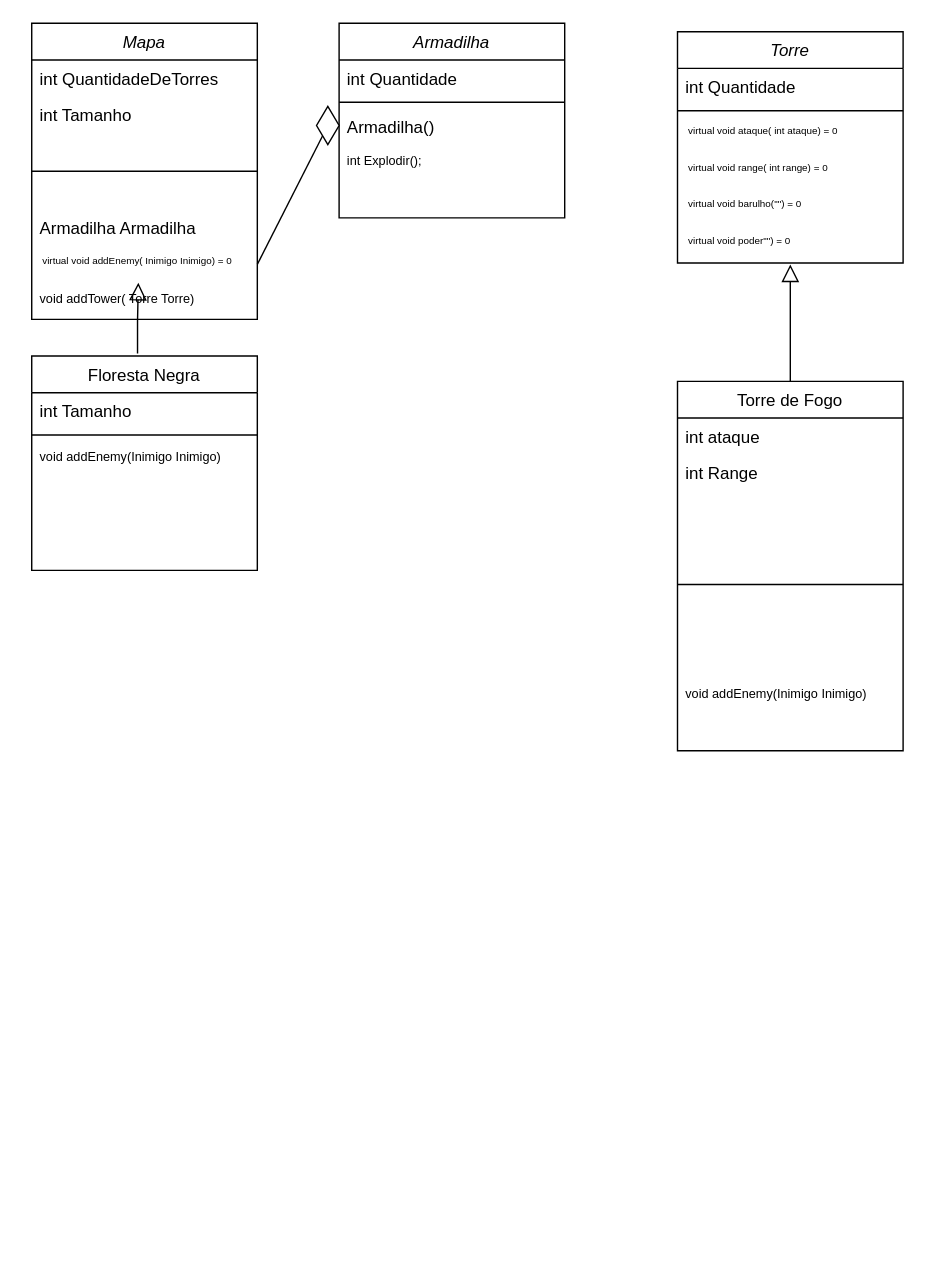
The draw.io diagram Diagrama sem nome.drawio in GabsRMartins/Trabalho-final-PDS2, before the edit. Source tidied: cells renumbered, new cells numbered last; positions are measured from the earlier drawing's top-left corner, leaving out a move shared by most shapes. Both pictures are drawn from the tidied source at 141%, with x=0, y=0 at pixel (31, 23).
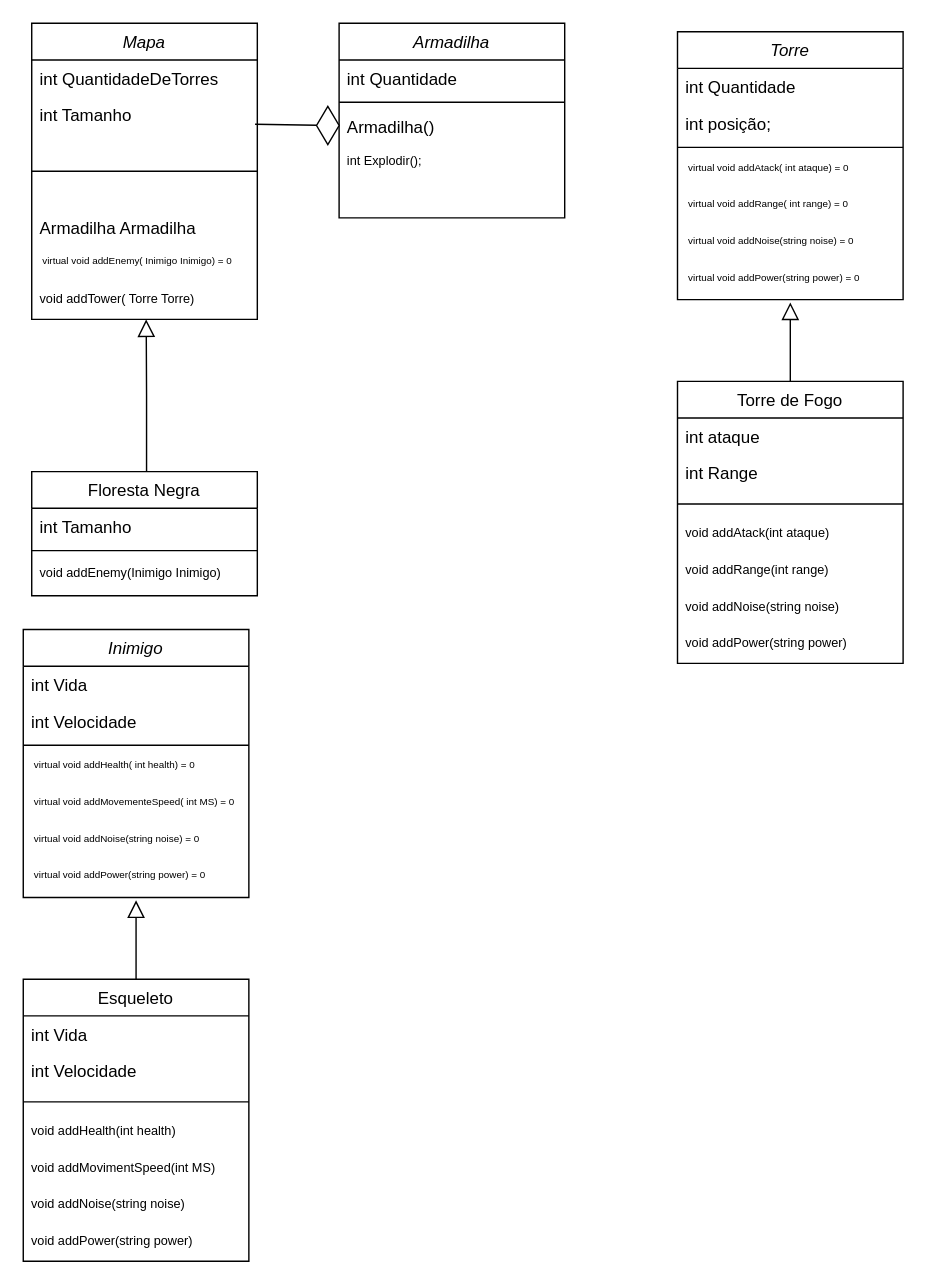
After the change.

Unchanged cells that the change refers to:
```xml
<mxCell id="4" value="int Tamanho" style="text;align=left;verticalAlign=top;spacingLeft=4;spacingRight=4;overflow=hidden;points=[[0,0.5],[1,0.5]];portConstraint=eastwest;" parent="2" vertex="1">
  <mxGeometry y="52" width="160" height="26" as="geometry" />
</mxCell>
<mxCell id="7" value=" virtual void addEnemy( Inimigo Inimigo) = 0" style="text;align=left;verticalAlign=top;spacingLeft=4;spacingRight=4;overflow=hidden;points=[[0,0.5],[1,0.5]];portConstraint=eastwest;fontSize=7;" parent="2" vertex="1">
  <mxGeometry y="158" width="160" height="26" as="geometry" />
</mxCell>
<mxCell id="20" style="rhombus;whiteSpace=wrap;html=1;" parent="1" vertex="1">
  <mxGeometry x="202" y="59" width="16" height="27" as="geometry" />
</mxCell>
```

Change to the diagram source:
```diff
@@
     <mxCell id="9" value="Floresta Negra" style="swimlane;fontStyle=0;align=center;verticalAlign=top;horizontal=1;startSize=26;rounded=0;shadow=0;strokeWidth=1;" parent="1" vertex="1">
-      <mxGeometry y="236" width="160" height="152" as="geometry" />
+      <mxGeometry y="318" width="160" height="88" as="geometry" />
     </mxCell>
@@
-    <mxCell id="13" style="endArrow=block;endSize=10;endFill=0;shadow=0;strokeWidth=1;rounded=0;curved=0;edgeStyle=elbowEdgeStyle;elbow=vertical;entryX=0.51;entryY=1.071;entryDx=0;entryDy=0;entryPerimeter=0;exitX=0.469;exitY=-0.012;exitDx=0;exitDy=0;exitPerimeter=0;" parent="1" edge="1" source="9">
+    <mxCell id="13" style="endArrow=block;endSize=10;endFill=0;shadow=0;strokeWidth=1;rounded=0;curved=0;edgeStyle=elbowEdgeStyle;elbow=vertical;exitX=0.509;exitY=-0.004;exitDx=0;exitDy=0;exitPerimeter=0;" parent="1" edge="1" source="9">
       <mxGeometry relative="1" as="geometry">
-        <mxPoint x="75.6" y="184" as="targetPoint" />
-        <Array as="points">
-          <mxPoint x="76" y="211" />
-        </Array>
+        <mxPoint x="81.2" y="210" as="targetPoint" />
       </mxGeometry>
     </mxCell>
-    <mxCell id="14" style="endArrow=none;html=1;rounded=0;exitX=1;exitY=0.5;exitDx=0;exitDy=0;" parent="1" edge="1" source="7" target="20">
+    <mxCell id="14" style="endArrow=none;html=1;rounded=0;exitX=0.99;exitY=0.756;exitDx=0;exitDy=0;exitPerimeter=0;" parent="1" edge="1" source="4" target="20">
       <mxGeometry relative="1" as="geometry" />
     </mxCell>
@@
     <mxCell id="21" value="Torre" style="swimlane;fontStyle=2;align=center;verticalAlign=top;horizontal=1;startSize=26;rounded=0;shadow=0;strokeWidth=1;" parent="1" vertex="1">
-      <mxGeometry x="458" y="6" width="160" height="164" as="geometry" />
+      <mxGeometry x="458" y="6" width="160" height="190" as="geometry" />
     </mxCell>
-    <mxCell id="22" value="int Quantidade" style="text;align=left;verticalAlign=top;spacingLeft=4;spacingRight=4;overflow=hidden;" parent="21" vertex="1">
+    <mxCell id="22" value="int Quantidade&#10;" style="text;align=left;verticalAlign=top;spacingLeft=4;spacingRight=4;overflow=hidden;" parent="21" vertex="1">
       <mxGeometry y="26" width="160" height="26" as="geometry" />
     </mxCell>
+    <mxCell id="34" value="int posição;&#10;" style="text;align=left;verticalAlign=top;spacingLeft=4;spacingRight=4;overflow=hidden;" parent="21" vertex="1">
+      <mxGeometry y="52" width="160" height="26" as="geometry" />
+    </mxCell>
     <mxCell id="23" style="line;html=1;strokeWidth=1;align=left;verticalAlign=middle;spacingTop=-1;spacingLeft=3;spacingRight=3;labelPosition=right;" parent="21" vertex="1">
-      <mxGeometry y="52" width="160" height="8" as="geometry" />
+      <mxGeometry y="78" width="160" height="8" as="geometry" />
     </mxCell>
-    <mxCell id="24" value=" virtual void ataque( int ataque) = 0" style="text;align=left;verticalAlign=top;spacingLeft=4;spacingRight=4;overflow=hidden;fontSize=7;" parent="21" vertex="1">
-      <mxGeometry y="60" width="160" height="26" as="geometry" />
+    <mxCell id="24" value=" virtual void addAtack( int ataque) = 0" style="text;align=left;verticalAlign=top;spacingLeft=4;spacingRight=4;overflow=hidden;fontSize=7;" parent="21" vertex="1">
+      <mxGeometry y="86" width="160" height="26" as="geometry" />
     </mxCell>
-    <mxCell id="25" value=" virtual void range( int range) = 0" style="text;align=left;verticalAlign=top;spacingLeft=4;spacingRight=4;overflow=hidden;fontSize=7;" parent="21" vertex="1">
-      <mxGeometry y="86" width="160" height="26" as="geometry" />
+    <mxCell id="25" value=" virtual void addRange( int range) = 0" style="text;align=left;verticalAlign=top;spacingLeft=4;spacingRight=4;overflow=hidden;fontSize=7;" parent="21" vertex="1">
+      <mxGeometry y="112" width="160" height="26" as="geometry" />
     </mxCell>
-    <mxCell id="26" value=" virtual void barulho(&quot;&quot;) = 0" style="text;align=left;verticalAlign=top;spacingLeft=4;spacingRight=4;overflow=hidden;fontSize=7;" parent="21" vertex="1">
-      <mxGeometry y="112" width="160" height="26" as="geometry" />
+    <mxCell id="26" value=" virtual void addNoise(string noise) = 0" style="text;align=left;verticalAlign=top;spacingLeft=4;spacingRight=4;overflow=hidden;fontSize=7;" parent="21" vertex="1">
+      <mxGeometry y="138" width="160" height="26" as="geometry" />
     </mxCell>
-    <mxCell id="27" value=" virtual void poder&quot;&quot;) = 0" style="text;align=left;verticalAlign=top;spacingLeft=4;spacingRight=4;overflow=hidden;fontSize=7;" parent="21" vertex="1">
-      <mxGeometry y="138" width="160" height="26" as="geometry" />
+    <mxCell id="27" value=" virtual void addPower(string power) = 0" style="text;align=left;verticalAlign=top;spacingLeft=4;spacingRight=4;overflow=hidden;fontSize=7;" parent="21" vertex="1">
+      <mxGeometry y="164" width="160" height="26" as="geometry" />
     </mxCell>
     <mxCell id="28" value="Torre de Fogo" style="swimlane;fontStyle=0;align=center;verticalAlign=top;horizontal=1;startSize=26;rounded=0;shadow=0;strokeWidth=1;" parent="1" vertex="1">
-      <mxGeometry x="458" y="254" width="160" height="262" as="geometry" />
+      <mxGeometry x="458" y="254" width="160" height="200" as="geometry" />
     </mxCell>
@@
     <mxCell id="31" style="line;html=1;strokeWidth=1;align=left;verticalAlign=middle;spacingTop=-1;spacingLeft=3;spacingRight=3;labelPosition=right;" parent="28" vertex="1">
-      <mxGeometry y="78" width="160" height="132" as="geometry" />
+      <mxGeometry y="78" width="160" height="18" as="geometry" />
     </mxCell>
-    <mxCell id="32" value="void addEnemy(Inimigo Inimigo)" style="text;align=left;verticalAlign=top;spacingLeft=4;spacingRight=4;overflow=hidden;fontSize=9;" parent="28" vertex="1">
-      <mxGeometry y="210" width="160" height="26" as="geometry" />
-    </mxCell>
+    <mxCell id="35" value="void addAtack(int ataque)" style="text;align=left;verticalAlign=top;spacingLeft=4;spacingRight=4;overflow=hidden;fontSize=9;" parent="28" vertex="1">
+      <mxGeometry y="96" width="160" height="26" as="geometry" />
+    </mxCell>
+    <mxCell id="36" value="void addRange(int range)" style="text;align=left;verticalAlign=top;spacingLeft=4;spacingRight=4;overflow=hidden;fontSize=9;" parent="28" vertex="1">
+      <mxGeometry y="122" width="160" height="26" as="geometry" />
+    </mxCell>
+    <mxCell id="37" value="void addNoise(string noise)" style="text;align=left;verticalAlign=top;spacingLeft=4;spacingRight=4;overflow=hidden;fontSize=9;" parent="28" vertex="1">
+      <mxGeometry y="148" width="160" height="26" as="geometry" />
+    </mxCell>
+    <mxCell id="38" value="void addPower(string power)" style="text;align=left;verticalAlign=top;spacingLeft=4;spacingRight=4;overflow=hidden;fontSize=9;" parent="28" vertex="1">
+      <mxGeometry y="174" width="160" height="26" as="geometry" />
+    </mxCell>
     <mxCell id="33" style="endArrow=block;endSize=10;endFill=0;shadow=0;strokeWidth=1;rounded=0;curved=0;edgeStyle=elbowEdgeStyle;elbow=vertical;exitX=0.5;exitY=0;exitDx=0;exitDy=0;" parent="1" edge="1" source="28">
       <mxGeometry relative="1" as="geometry">
-        <mxPoint x="538" y="171" as="targetPoint" />
+        <mxPoint x="538" y="198" as="targetPoint" />
       </mxGeometry>
     </mxCell>
+    <mxCell id="39" value="Inimigo" style="swimlane;fontStyle=2;align=center;verticalAlign=top;horizontal=1;startSize=26;rounded=0;shadow=0;strokeWidth=1;" parent="1" vertex="1">
+      <mxGeometry x="-6" y="430" width="160" height="190" as="geometry" />
+    </mxCell>
+    <mxCell id="40" value="int Vida&#10;" style="text;align=left;verticalAlign=top;spacingLeft=4;spacingRight=4;overflow=hidden;" parent="39" vertex="1">
+      <mxGeometry y="26" width="160" height="26" as="geometry" />
+    </mxCell>
+    <mxCell id="41" value="int Velocidade&#10;" style="text;align=left;verticalAlign=top;spacingLeft=4;spacingRight=4;overflow=hidden;" parent="39" vertex="1">
+      <mxGeometry y="52" width="160" height="26" as="geometry" />
+    </mxCell>
+    <mxCell id="42" style="line;html=1;strokeWidth=1;align=left;verticalAlign=middle;spacingTop=-1;spacingLeft=3;spacingRight=3;labelPosition=right;" parent="39" vertex="1">
+      <mxGeometry y="78" width="160" height="8" as="geometry" />
+    </mxCell>
+    <mxCell id="43" value=" virtual void addHealth( int health) = 0" style="text;align=left;verticalAlign=top;spacingLeft=4;spacingRight=4;overflow=hidden;fontSize=7;" parent="39" vertex="1">
+      <mxGeometry y="86" width="160" height="26" as="geometry" />
+    </mxCell>
+    <mxCell id="44" value=" virtual void addMovementeSpeed( int MS) = 0" style="text;align=left;verticalAlign=top;spacingLeft=4;spacingRight=4;overflow=hidden;fontSize=7;" parent="39" vertex="1">
+      <mxGeometry y="112" width="160" height="26" as="geometry" />
+    </mxCell>
+    <mxCell id="45" value=" virtual void addNoise(string noise) = 0" style="text;align=left;verticalAlign=top;spacingLeft=4;spacingRight=4;overflow=hidden;fontSize=7;" parent="39" vertex="1">
+      <mxGeometry y="138" width="160" height="26" as="geometry" />
+    </mxCell>
+    <mxCell id="46" value=" virtual void addPower(string power) = 0" style="text;align=left;verticalAlign=top;spacingLeft=4;spacingRight=4;overflow=hidden;fontSize=7;" parent="39" vertex="1">
+      <mxGeometry y="164" width="160" height="26" as="geometry" />
+    </mxCell>
+    <mxCell id="47" value="Esqueleto" style="swimlane;fontStyle=0;align=center;verticalAlign=top;horizontal=1;startSize=26;rounded=0;shadow=0;strokeWidth=1;" parent="1" vertex="1">
+      <mxGeometry x="-6" y="678" width="160" height="200" as="geometry" />
+    </mxCell>
+    <mxCell id="48" value="int Vida&#10;" style="text;align=left;verticalAlign=top;spacingLeft=4;spacingRight=4;overflow=hidden;" parent="47" vertex="1">
+      <mxGeometry y="26" width="160" height="26" as="geometry" />
+    </mxCell>
+    <mxCell id="49" value="int Velocidade&#10;" style="text;align=left;verticalAlign=top;spacingLeft=4;spacingRight=4;overflow=hidden;" parent="47" vertex="1">
+      <mxGeometry y="52" width="160" height="26" as="geometry" />
+    </mxCell>
+    <mxCell id="50" style="line;html=1;strokeWidth=1;align=left;verticalAlign=middle;spacingTop=-1;spacingLeft=3;spacingRight=3;labelPosition=right;" parent="47" vertex="1">
+      <mxGeometry y="78" width="160" height="18" as="geometry" />
+    </mxCell>
+    <mxCell id="51" value="void addHealth(int health)" style="text;align=left;verticalAlign=top;spacingLeft=4;spacingRight=4;overflow=hidden;fontSize=9;" parent="47" vertex="1">
+      <mxGeometry y="96" width="160" height="26" as="geometry" />
+    </mxCell>
+    <mxCell id="52" value="void addMovimentSpeed(int MS)" style="text;align=left;verticalAlign=top;spacingLeft=4;spacingRight=4;overflow=hidden;fontSize=9;" parent="47" vertex="1">
+      <mxGeometry y="122" width="160" height="26" as="geometry" />
+    </mxCell>
+    <mxCell id="53" value="void addNoise(string noise)" style="text;align=left;verticalAlign=top;spacingLeft=4;spacingRight=4;overflow=hidden;fontSize=9;" parent="47" vertex="1">
+      <mxGeometry y="148" width="160" height="26" as="geometry" />
+    </mxCell>
+    <mxCell id="54" value="void addPower(string power)" style="text;align=left;verticalAlign=top;spacingLeft=4;spacingRight=4;overflow=hidden;fontSize=9;" parent="47" vertex="1">
+      <mxGeometry y="174" width="160" height="26" as="geometry" />
+    </mxCell>
+    <mxCell id="55" style="endArrow=block;endSize=10;endFill=0;shadow=0;strokeWidth=1;rounded=0;curved=0;edgeStyle=elbowEdgeStyle;elbow=vertical;exitX=0.5;exitY=0;exitDx=0;exitDy=0;" parent="1" edge="1" source="47">
+      <mxGeometry relative="1" as="geometry">
+        <mxPoint x="74" y="622" as="targetPoint" />
+      </mxGeometry>
+    </mxCell>
```
